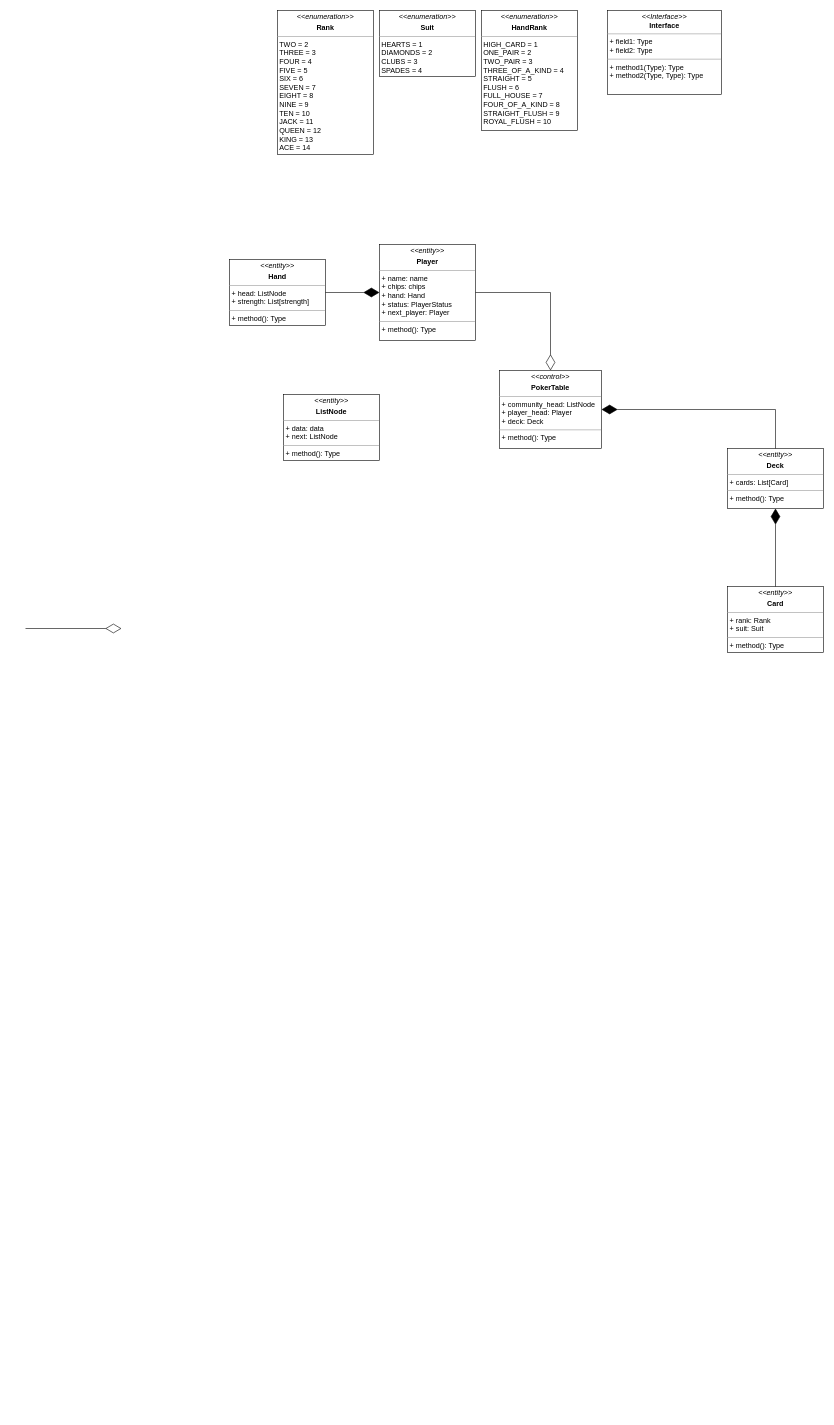
The draw.io diagram poker-game.drawio in windx987/poker-games, before the edit. Source tidied: cells renumbered, new cells numbered last; positions are measured from the earlier drawing's top-left corner, leaving out a move shared by most shapes. Both pictures are drawn from the tidied source at 60%, with x=0, y=0 at pixel (25, 10).
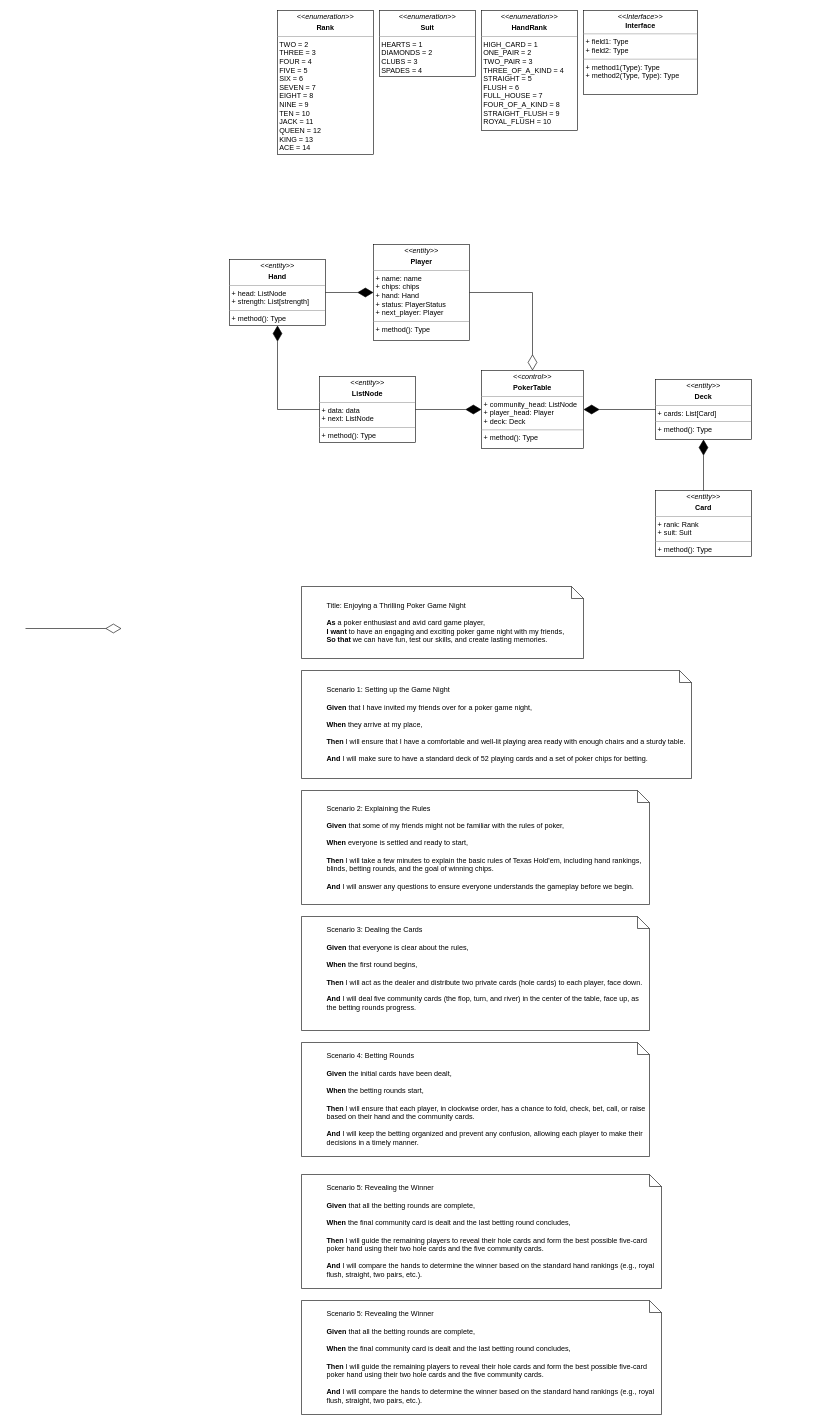
The same page after the edit.

Unchanged cells that the change refers to:
```xml
<mxCell id="11" value="&lt;p style=&quot;margin:0px;margin-top:4px;text-align:center;&quot;&gt;&lt;i style=&quot;border-color: var(--border-color);&quot;&gt;&amp;lt;&amp;lt;entity&amp;gt;&amp;gt;&lt;/i&gt;&lt;b style=&quot;&quot;&gt;&lt;br&gt;&lt;/b&gt;&lt;/p&gt;&lt;p style=&quot;margin:0px;margin-top:4px;text-align:center;&quot;&gt;&lt;b&gt;Hand&lt;/b&gt;&lt;/p&gt;&lt;hr size=&quot;1&quot;&gt;&lt;p style=&quot;border-color: var(--border-color); margin: 0px 0px 0px 4px;&quot;&gt;+ head: ListNode&lt;/p&gt;&lt;p style=&quot;border-color: var(--border-color); margin: 0px 0px 0px 4px;&quot;&gt;+ strength: List[strength]&lt;/p&gt;&lt;hr size=&quot;1&quot;&gt;&lt;p style=&quot;margin:0px;margin-left:4px;&quot;&gt;+ method(): Type&lt;/p&gt;" style="verticalAlign=top;align=left;overflow=fill;fontSize=12;fontFamily=Helvetica;html=1;whiteSpace=wrap;" parent="1" vertex="1">
  <mxGeometry x="340" y="415" width="160" height="110" as="geometry" />
</mxCell>
```

Diff of the diagram source:
```diff
@@
     <mxCell id="2" value="&lt;p style=&quot;margin:0px;margin-top:4px;text-align:center;&quot;&gt;&lt;i&gt;&amp;lt;&amp;lt;Interface&amp;gt;&amp;gt;&lt;/i&gt;&lt;br/&gt;&lt;b&gt;Interface&lt;/b&gt;&lt;/p&gt;&lt;hr size=&quot;1&quot;/&gt;&lt;p style=&quot;margin:0px;margin-left:4px;&quot;&gt;+ field1: Type&lt;br/&gt;+ field2: Type&lt;/p&gt;&lt;hr size=&quot;1&quot;/&gt;&lt;p style=&quot;margin:0px;margin-left:4px;&quot;&gt;+ method1(Type): Type&lt;br/&gt;+ method2(Type, Type): Type&lt;/p&gt;" style="verticalAlign=top;align=left;overflow=fill;fontSize=12;fontFamily=Helvetica;html=1;whiteSpace=wrap;" parent="1" vertex="1">
-      <mxGeometry x="970" width="190" height="140" as="geometry" />
+      <mxGeometry x="930" width="190" height="140" as="geometry" />
     </mxCell>
     <mxCell id="3" value="&lt;p style=&quot;margin:0px;margin-top:4px;text-align:center;&quot;&gt;&lt;i style=&quot;border-color: var(--border-color);&quot;&gt;&amp;lt;&amp;lt;control&amp;gt;&amp;gt;&lt;/i&gt;&lt;b style=&quot;&quot;&gt;&lt;br&gt;&lt;/b&gt;&lt;/p&gt;&lt;p style=&quot;margin:0px;margin-top:4px;text-align:center;&quot;&gt;&lt;b&gt;PokerTable&lt;/b&gt;&lt;/p&gt;&lt;hr size=&quot;1&quot;&gt;&lt;p style=&quot;margin:0px;margin-left:4px;&quot;&gt;+ community_head: ListNode&lt;/p&gt;&lt;p style=&quot;margin:0px;margin-left:4px;&quot;&gt;+ player_head: Player&lt;br&gt;&lt;/p&gt;&lt;p style=&quot;margin:0px;margin-left:4px;&quot;&gt;+ deck: Deck&lt;/p&gt;&lt;hr size=&quot;1&quot;&gt;&lt;p style=&quot;margin:0px;margin-left:4px;&quot;&gt;+ method(): Type&lt;/p&gt;" style="verticalAlign=top;align=left;overflow=fill;fontSize=12;fontFamily=Helvetica;html=1;whiteSpace=wrap;" parent="1" vertex="1">
-      <mxGeometry x="790" y="600" width="170" height="130" as="geometry" />
+      <mxGeometry x="760" y="600" width="170" height="130" as="geometry" />
     </mxCell>
     <mxCell id="4" value="&lt;p style=&quot;margin:0px;margin-top:4px;text-align:center;&quot;&gt;&lt;i style=&quot;border-color: var(--border-color);&quot;&gt;&amp;lt;&amp;lt;entity&amp;gt;&amp;gt;&lt;/i&gt;&lt;b style=&quot;&quot;&gt;&lt;br&gt;&lt;/b&gt;&lt;/p&gt;&lt;p style=&quot;margin:0px;margin-top:4px;text-align:center;&quot;&gt;&lt;b&gt;Player&lt;/b&gt;&lt;/p&gt;&lt;hr size=&quot;1&quot;&gt;&lt;p style=&quot;margin:0px;margin-left:4px;&quot;&gt;+ name: name&lt;/p&gt;&lt;p style=&quot;margin:0px;margin-left:4px;&quot;&gt;+ chips: chips&lt;br&gt;&lt;/p&gt;&lt;p style=&quot;margin:0px;margin-left:4px;&quot;&gt;+ hand: Hand&lt;br&gt;&lt;/p&gt;&lt;p style=&quot;margin:0px;margin-left:4px;&quot;&gt;+ status: PlayerStatus&lt;br&gt;&lt;/p&gt;&lt;p style=&quot;margin:0px;margin-left:4px;&quot;&gt;+ next_player: Player&lt;br&gt;&lt;/p&gt;&lt;hr size=&quot;1&quot;&gt;&lt;p style=&quot;margin:0px;margin-left:4px;&quot;&gt;+ method(): Type&lt;/p&gt;" style="verticalAlign=top;align=left;overflow=fill;fontSize=12;fontFamily=Helvetica;html=1;whiteSpace=wrap;" parent="1" vertex="1">
-      <mxGeometry x="590" y="390" width="160" height="160" as="geometry" />
+      <mxGeometry x="580" y="390" width="160" height="160" as="geometry" />
     </mxCell>
@@
     <mxCell id="7" value="&lt;p style=&quot;margin:0px;margin-top:4px;text-align:center;&quot;&gt;&lt;i style=&quot;border-color: var(--border-color);&quot;&gt;&amp;lt;&amp;lt;entity&amp;gt;&amp;gt;&lt;/i&gt;&lt;b style=&quot;&quot;&gt;&lt;br&gt;&lt;/b&gt;&lt;/p&gt;&lt;p style=&quot;margin:0px;margin-top:4px;text-align:center;&quot;&gt;&lt;b&gt;ListNode&lt;/b&gt;&lt;/p&gt;&lt;hr size=&quot;1&quot;&gt;&lt;p style=&quot;margin:0px;margin-left:4px;&quot;&gt;+ data: data&lt;/p&gt;&lt;p style=&quot;margin: 0px 0px 0px 4px;&quot;&gt;+ next: ListNode&lt;br&gt;&lt;/p&gt;&lt;hr size=&quot;1&quot;&gt;&lt;p style=&quot;margin:0px;margin-left:4px;&quot;&gt;+ method(): Type&lt;/p&gt;" style="verticalAlign=top;align=left;overflow=fill;fontSize=12;fontFamily=Helvetica;html=1;whiteSpace=wrap;" parent="1" vertex="1">
-      <mxGeometry x="430" y="640" width="160" height="110" as="geometry" />
+      <mxGeometry x="490" y="610" width="160" height="110" as="geometry" />
     </mxCell>
@@
     <mxCell id="10" value="&lt;p style=&quot;margin:0px;margin-top:4px;text-align:center;&quot;&gt;&lt;i style=&quot;border-color: var(--border-color);&quot;&gt;&amp;lt;&amp;lt;entity&amp;gt;&amp;gt;&lt;/i&gt;&lt;b style=&quot;&quot;&gt;&lt;br&gt;&lt;/b&gt;&lt;/p&gt;&lt;p style=&quot;margin:0px;margin-top:4px;text-align:center;&quot;&gt;&lt;b&gt;Deck&lt;/b&gt;&lt;/p&gt;&lt;hr size=&quot;1&quot;&gt;&lt;p style=&quot;margin:0px;margin-left:4px;&quot;&gt;+ cards: List[Card]&lt;/p&gt;&lt;hr size=&quot;1&quot;&gt;&lt;p style=&quot;margin:0px;margin-left:4px;&quot;&gt;+ method(): Type&lt;/p&gt;" style="verticalAlign=top;align=left;overflow=fill;fontSize=12;fontFamily=Helvetica;html=1;whiteSpace=wrap;" parent="1" vertex="1">
-      <mxGeometry x="1170" y="730" width="160" height="100" as="geometry" />
+      <mxGeometry x="1050" y="615" width="160" height="100" as="geometry" />
     </mxCell>
@@
     <mxCell id="12" value="&lt;p style=&quot;margin:0px;margin-top:4px;text-align:center;&quot;&gt;&lt;i style=&quot;border-color: var(--border-color);&quot;&gt;&amp;lt;&amp;lt;entity&amp;gt;&amp;gt;&lt;/i&gt;&lt;b style=&quot;&quot;&gt;&lt;br&gt;&lt;/b&gt;&lt;/p&gt;&lt;p style=&quot;margin:0px;margin-top:4px;text-align:center;&quot;&gt;&lt;b style=&quot;border-color: var(--border-color);&quot;&gt;Card&lt;/b&gt;&lt;br&gt;&lt;/p&gt;&lt;hr size=&quot;1&quot;&gt;&lt;p style=&quot;border-color: var(--border-color); margin: 0px 0px 0px 4px;&quot;&gt;+ rank: Rank&lt;/p&gt;&lt;p style=&quot;border-color: var(--border-color); margin: 0px 0px 0px 4px;&quot;&gt;+ suit: Suit&lt;/p&gt;&lt;hr size=&quot;1&quot;&gt;&lt;p style=&quot;margin:0px;margin-left:4px;&quot;&gt;+ method(): Type&lt;/p&gt;" style="verticalAlign=top;align=left;overflow=fill;fontSize=12;fontFamily=Helvetica;html=1;whiteSpace=wrap;" parent="1" vertex="1">
-      <mxGeometry x="1170" y="960" width="160" height="110" as="geometry" />
+      <mxGeometry x="1050" y="800" width="160" height="110" as="geometry" />
     </mxCell>
@@
-    <mxCell id="16" style="endArrow=diamondThin;endFill=1;endSize=24;html=1;rounded=0;entryX=1;entryY=0.5;entryDx=0;entryDy=0;exitX=0.5;exitY=0;exitDx=0;exitDy=0;" parent="1" edge="1" source="10" target="3">
-      <mxGeometry relative="1" as="geometry">
-        <Array as="points">
-          <mxPoint x="1250" y="665" />
-        </Array>
-      </mxGeometry>
+    <mxCell id="16" style="endArrow=diamondThin;endFill=1;endSize=24;html=1;rounded=0;entryX=1;entryY=0.5;entryDx=0;entryDy=0;exitX=0;exitY=0.5;exitDx=0;exitDy=0;" parent="1" edge="1" source="10" target="3">
+      <mxGeometry relative="1" as="geometry" />
     </mxCell>
     <mxCell id="17" style="endArrow=diamondThin;endFill=0;endSize=24;html=1;rounded=0;entryX=0.5;entryY=0;entryDx=0;entryDy=0;exitX=1;exitY=0.5;exitDx=0;exitDy=0;" parent="1" edge="1" source="4" target="3">
       <mxGeometry relative="1" as="geometry">
         <Array as="points">
-          <mxPoint x="875" y="470" />
+          <mxPoint x="845" y="470" />
         </Array>
       </mxGeometry>
     </mxCell>
+    <mxCell id="18" style="endArrow=diamondThin;endFill=1;endSize=24;html=1;rounded=0;entryX=0.5;entryY=1;entryDx=0;entryDy=0;exitX=0;exitY=0.5;exitDx=0;exitDy=0;" parent="1" edge="1" source="7" target="11">
+      <mxGeometry relative="1" as="geometry">
+        <Array as="points">
+          <mxPoint x="420" y="665" />
+        </Array>
+      </mxGeometry>
+    </mxCell>
+    <mxCell id="19" style="endArrow=diamondThin;endFill=1;endSize=24;html=1;rounded=0;entryX=0;entryY=0.5;entryDx=0;entryDy=0;exitX=1;exitY=0.5;exitDx=0;exitDy=0;" parent="1" edge="1" source="7" target="3">
+      <mxGeometry relative="1" as="geometry" />
+    </mxCell>
+    <mxCell id="20" value="&lt;blockquote style=&quot;margin: 0 0 0 40px; border: none; padding: 0px;&quot;&gt;&lt;div&gt;Title: Enjoying a Thrilling Poker Game Night&lt;/div&gt;&lt;div&gt;&lt;span style=&quot;font-size: 12px;&quot;&gt;&lt;br&gt;&lt;/span&gt;&lt;/div&gt;&lt;div&gt;&lt;span style=&quot;font-size: 12px;&quot;&gt;&lt;b&gt;As&lt;/b&gt; a poker enthusiast and avid card game player,&lt;/span&gt;&lt;/div&gt;&lt;div&gt;&lt;span style=&quot;font-size: 12px;&quot;&gt;&lt;b&gt;I want&lt;/b&gt; to have an engaging and exciting poker game night with my friends,&lt;/span&gt;&lt;/div&gt;&lt;div&gt;&lt;span style=&quot;font-size: 12px;&quot;&gt;&lt;b&gt;So that&lt;/b&gt; we can have fun, test our skills, and create lasting memories.&lt;/span&gt;&lt;/div&gt;&lt;/blockquote&gt;" style="shape=note;size=20;whiteSpace=wrap;html=1;align=left;" parent="1" vertex="1">
+      <mxGeometry x="460" y="960" width="470" height="120" as="geometry" />
+    </mxCell>
+    <mxCell id="21" value="&lt;blockquote style=&quot;margin: 0 0 0 40px; border: none; padding: 0px;&quot;&gt;&lt;div style=&quot;&quot;&gt;Scenario 1: Setting up the Game Night&lt;/div&gt;&lt;div style=&quot;&quot;&gt;&lt;br&gt;&lt;/div&gt;&lt;div&gt;&lt;b&gt;Given&lt;/b&gt; that I have invited my friends over for a poker game night,&lt;/div&gt;&lt;div style=&quot;&quot;&gt;&lt;br&gt;&lt;/div&gt;&lt;div&gt;&lt;span style=&quot;font-size: 12px;&quot;&gt;&lt;b&gt;When&lt;/b&gt; they arrive at my place,&lt;/span&gt;&lt;/div&gt;&lt;div&gt;&lt;span style=&quot;font-size: 12px;&quot;&gt;&lt;br&gt;&lt;/span&gt;&lt;/div&gt;&lt;div&gt;&lt;span style=&quot;font-size: 12px;&quot;&gt;&lt;b&gt;Then&lt;/b&gt; I will ensure that I have a comfortable and well-lit playing area ready with enough chairs and a sturdy table.&lt;/span&gt;&lt;/div&gt;&lt;div&gt;&lt;span style=&quot;font-size: 12px;&quot;&gt;&lt;br&gt;&lt;/span&gt;&lt;/div&gt;&lt;div&gt;&lt;span style=&quot;font-size: 12px;&quot;&gt;&lt;b&gt;And&lt;/b&gt; I will make sure to have a standard deck of 52 playing cards and a set of poker chips for betting.&lt;/span&gt;&lt;/div&gt;&lt;/blockquote&gt;" style="shape=note;size=20;whiteSpace=wrap;html=1;align=left;" parent="1" vertex="1">
+      <mxGeometry x="460" y="1100" width="650" height="180" as="geometry" />
+    </mxCell>
+    <mxCell id="22" value="&lt;blockquote style=&quot;margin: 0 0 0 40px; border: none; padding: 0px;&quot;&gt;&lt;div style=&quot;&quot;&gt;&lt;div&gt;Scenario 2: Explaining the Rules&lt;/div&gt;&lt;/div&gt;&lt;div style=&quot;&quot;&gt;&lt;div&gt;&lt;span style=&quot;font-size: 12px;&quot;&gt;&lt;br&gt;&lt;/span&gt;&lt;/div&gt;&lt;/div&gt;&lt;div style=&quot;&quot;&gt;&lt;div&gt;&lt;span style=&quot;font-size: 12px;&quot;&gt;&lt;b&gt;Given&lt;/b&gt; that some of my friends might not be familiar with the rules of poker,&lt;/span&gt;&lt;/div&gt;&lt;/div&gt;&lt;div style=&quot;&quot;&gt;&lt;div&gt;&lt;span style=&quot;font-size: 12px;&quot;&gt;&lt;br&gt;&lt;/span&gt;&lt;/div&gt;&lt;/div&gt;&lt;div style=&quot;&quot;&gt;&lt;div&gt;&lt;span style=&quot;font-size: 12px;&quot;&gt;&lt;b&gt;When&lt;/b&gt; everyone is settled and ready to start,&lt;/span&gt;&lt;/div&gt;&lt;/div&gt;&lt;div style=&quot;&quot;&gt;&lt;div&gt;&lt;span style=&quot;font-size: 12px;&quot;&gt;&lt;br&gt;&lt;/span&gt;&lt;/div&gt;&lt;/div&gt;&lt;div style=&quot;&quot;&gt;&lt;div&gt;&lt;span style=&quot;font-size: 12px;&quot;&gt;&lt;b&gt;Then&lt;/b&gt; I will take a few minutes to explain the basic rules of Texas Hold'em, including hand rankings, blinds, betting&amp;nbsp;&lt;/span&gt;&lt;span style=&quot;background-color: initial;&quot;&gt;rounds, and the goal of winning chips.&lt;/span&gt;&lt;/div&gt;&lt;/div&gt;&lt;div style=&quot;&quot;&gt;&lt;div&gt;&lt;span style=&quot;font-size: 12px;&quot;&gt;&lt;br&gt;&lt;/span&gt;&lt;/div&gt;&lt;/div&gt;&lt;div style=&quot;&quot;&gt;&lt;div&gt;&lt;span style=&quot;font-size: 12px;&quot;&gt;&lt;b&gt;And&lt;/b&gt; I will answer any questions to ensure everyone understands the gameplay before we begin.&lt;/span&gt;&lt;/div&gt;&lt;/div&gt;&lt;/blockquote&gt;" style="shape=note;size=20;whiteSpace=wrap;html=1;align=left;" parent="1" vertex="1">
+      <mxGeometry x="460" y="1300" width="580" height="190" as="geometry" />
+    </mxCell>
+    <mxCell id="23" value="&lt;blockquote style=&quot;margin: 0 0 0 40px; border: none; padding: 0px;&quot;&gt;&lt;div style=&quot;&quot;&gt;&lt;div&gt;Scenario 3: Dealing the Cards&lt;/div&gt;&lt;div&gt;&lt;span style=&quot;font-size: 12px;&quot;&gt;&lt;br&gt;&lt;/span&gt;&lt;/div&gt;&lt;div&gt;&lt;span style=&quot;font-size: 12px;&quot;&gt;&lt;b&gt;Given&lt;/b&gt; that everyone is clear about the rules,&lt;/span&gt;&lt;/div&gt;&lt;div&gt;&lt;span style=&quot;font-size: 12px;&quot;&gt;&lt;br&gt;&lt;/span&gt;&lt;/div&gt;&lt;div&gt;&lt;span style=&quot;font-size: 12px;&quot;&gt;&lt;b&gt;When&lt;/b&gt; the first round begins,&lt;/span&gt;&lt;/div&gt;&lt;div&gt;&lt;span style=&quot;font-size: 12px;&quot;&gt;&lt;br&gt;&lt;/span&gt;&lt;/div&gt;&lt;div&gt;&lt;span style=&quot;font-size: 12px;&quot;&gt;&lt;b&gt;Then&lt;/b&gt; I will act as the dealer and distribute two private cards (hole cards) to each player, face down.&lt;/span&gt;&lt;/div&gt;&lt;div&gt;&lt;span style=&quot;font-size: 12px;&quot;&gt;&lt;br&gt;&lt;/span&gt;&lt;/div&gt;&lt;div&gt;&lt;span style=&quot;font-size: 12px;&quot;&gt;&lt;b&gt;And&lt;/b&gt; I will deal five community cards (the flop, turn, and river) in the center of the table, face up, as the betting rounds progress.&lt;/span&gt;&lt;/div&gt;&lt;div style=&quot;&quot;&gt;&lt;br&gt;&lt;/div&gt;&lt;/div&gt;&lt;/blockquote&gt;" style="shape=note;size=20;whiteSpace=wrap;html=1;align=left;" parent="1" vertex="1">
+      <mxGeometry x="460" y="1510" width="580" height="190" as="geometry" />
+    </mxCell>
+    <mxCell id="24" value="&lt;blockquote style=&quot;margin: 0 0 0 40px; border: none; padding: 0px;&quot;&gt;&lt;div style=&quot;&quot;&gt;&lt;div&gt;&lt;div&gt;Scenario 4: Betting Rounds&lt;/div&gt;&lt;div&gt;&lt;span style=&quot;font-size: 12px;&quot;&gt;&lt;br&gt;&lt;/span&gt;&lt;/div&gt;&lt;div&gt;&lt;span style=&quot;font-size: 12px;&quot;&gt;&lt;b&gt;Given&lt;/b&gt; the initial cards have been dealt,&lt;/span&gt;&lt;/div&gt;&lt;div&gt;&lt;span style=&quot;font-size: 12px;&quot;&gt;&lt;br&gt;&lt;/span&gt;&lt;/div&gt;&lt;div&gt;&lt;span style=&quot;font-size: 12px;&quot;&gt;&lt;b&gt;When&lt;/b&gt; the betting rounds start,&lt;/span&gt;&lt;/div&gt;&lt;div&gt;&lt;span style=&quot;font-size: 12px;&quot;&gt;&lt;br&gt;&lt;/span&gt;&lt;/div&gt;&lt;div&gt;&lt;span style=&quot;font-size: 12px;&quot;&gt;&lt;b&gt;Then&lt;/b&gt; I will ensure that each player, in clockwise order, has a chance to fold, check, bet, call, or raise based on their hand and the community cards.&lt;/span&gt;&lt;/div&gt;&lt;div&gt;&lt;span style=&quot;font-size: 12px;&quot;&gt;&lt;br&gt;&lt;/span&gt;&lt;/div&gt;&lt;div&gt;&lt;span style=&quot;font-size: 12px;&quot;&gt;&lt;b&gt;And&lt;/b&gt; I will keep the betting organized and prevent any confusion, allowing each player to make their decisions in a timely manner.&lt;/span&gt;&lt;/div&gt;&lt;/div&gt;&lt;/div&gt;&lt;/blockquote&gt;" style="shape=note;size=20;whiteSpace=wrap;html=1;align=left;" parent="1" vertex="1">
+      <mxGeometry x="460" y="1720" width="580" height="190" as="geometry" />
+    </mxCell>
+    <mxCell id="25" value="&lt;blockquote style=&quot;margin: 0 0 0 40px; border: none; padding: 0px;&quot;&gt;&lt;div style=&quot;&quot;&gt;&lt;div&gt;Scenario 5: Revealing the Winner&lt;/div&gt;&lt;div&gt;&lt;span style=&quot;font-size: 12px;&quot;&gt;&lt;br&gt;&lt;/span&gt;&lt;/div&gt;&lt;div&gt;&lt;span style=&quot;font-size: 12px;&quot;&gt;&lt;b&gt;Given&lt;/b&gt; that all the betting rounds are complete,&lt;/span&gt;&lt;/div&gt;&lt;div&gt;&lt;span style=&quot;font-size: 12px;&quot;&gt;&lt;br&gt;&lt;/span&gt;&lt;/div&gt;&lt;div&gt;&lt;span style=&quot;font-size: 12px;&quot;&gt;&lt;b&gt;When&lt;/b&gt; the final community card is dealt and the last betting round concludes,&lt;/span&gt;&lt;/div&gt;&lt;div&gt;&lt;span style=&quot;font-size: 12px;&quot;&gt;&lt;br&gt;&lt;/span&gt;&lt;/div&gt;&lt;div&gt;&lt;span style=&quot;font-size: 12px;&quot;&gt;&lt;b&gt;Then&lt;/b&gt; I will guide the remaining players to reveal their hole cards and form the best possible five-card poker hand using their two hole cards and the five community cards.&lt;/span&gt;&lt;/div&gt;&lt;div&gt;&lt;span style=&quot;font-size: 12px;&quot;&gt;&lt;br&gt;&lt;/span&gt;&lt;/div&gt;&lt;div&gt;&lt;span style=&quot;font-size: 12px;&quot;&gt;&lt;b&gt;And&lt;/b&gt; I will compare the hands to determine the winner based on the standard hand rankings (e.g., royal flush, straight, two pairs, etc.).&lt;/span&gt;&lt;/div&gt;&lt;/div&gt;&lt;/blockquote&gt;" style="shape=note;size=20;whiteSpace=wrap;html=1;align=left;" parent="1" vertex="1">
+      <mxGeometry x="460" y="1940" width="600" height="190" as="geometry" />
+    </mxCell>
+    <mxCell id="26" value="&lt;blockquote style=&quot;margin: 0 0 0 40px; border: none; padding: 0px;&quot;&gt;&lt;div style=&quot;&quot;&gt;&lt;div&gt;Scenario 5: Revealing the Winner&lt;/div&gt;&lt;div&gt;&lt;span style=&quot;font-size: 12px;&quot;&gt;&lt;br&gt;&lt;/span&gt;&lt;/div&gt;&lt;div&gt;&lt;span style=&quot;font-size: 12px;&quot;&gt;&lt;b&gt;Given&lt;/b&gt; that all the betting rounds are complete,&lt;/span&gt;&lt;/div&gt;&lt;div&gt;&lt;span style=&quot;font-size: 12px;&quot;&gt;&lt;br&gt;&lt;/span&gt;&lt;/div&gt;&lt;div&gt;&lt;span style=&quot;font-size: 12px;&quot;&gt;&lt;b&gt;When&lt;/b&gt; the final community card is dealt and the last betting round concludes,&lt;/span&gt;&lt;/div&gt;&lt;div&gt;&lt;span style=&quot;font-size: 12px;&quot;&gt;&lt;br&gt;&lt;/span&gt;&lt;/div&gt;&lt;div&gt;&lt;span style=&quot;font-size: 12px;&quot;&gt;&lt;b&gt;Then&lt;/b&gt; I will guide the remaining players to reveal their hole cards and form the best possible five-card poker hand using their two hole cards and the five community cards.&lt;/span&gt;&lt;/div&gt;&lt;div&gt;&lt;span style=&quot;font-size: 12px;&quot;&gt;&lt;br&gt;&lt;/span&gt;&lt;/div&gt;&lt;div&gt;&lt;span style=&quot;font-size: 12px;&quot;&gt;&lt;b&gt;And&lt;/b&gt; I will compare the hands to determine the winner based on the standard hand rankings (e.g., royal flush, straight, two pairs, etc.).&lt;/span&gt;&lt;/div&gt;&lt;/div&gt;&lt;/blockquote&gt;" style="shape=note;size=20;whiteSpace=wrap;html=1;align=left;" parent="1" vertex="1">
+      <mxGeometry x="460" y="2150" width="600" height="190" as="geometry" />
+    </mxCell>
```
